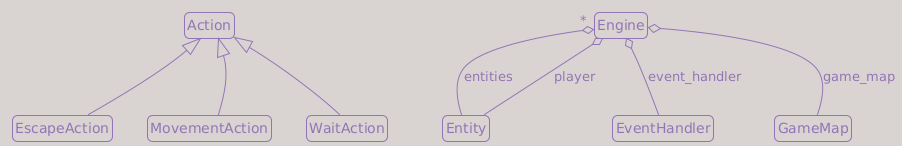
Earlier version of the PlantUML export content/tutorials/tcod/v3/images/part2_classes.png (Darky-Lucera/roguelike-tutorials-website).
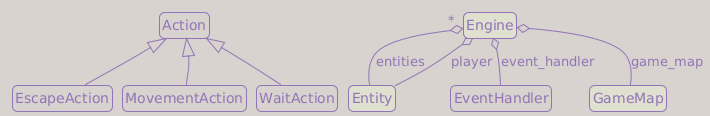
Later version of the same file.

What changed in the source:
```diff
@@ -14,16 +14,19 @@
 skinparam noteMargin 2
 skinparam notePadding 2
 
+skinparam nodesep 10
+skinparam ranksep 30
+
 set namespaceSeparator none
 
 
 class "Action" as game.actions.Action {
 }
 
-class "Engine" as game.engine.Engine {
+class "Engine" as game.engine.Engine #e0e0d0 {
 }
 
-class "Entity" as game.entity.Entity {
+class "Entity" as game.entity.Entity #e0e0d0 {
 }
 
 class "EscapeAction" as game.actions.EscapeAction {
@@ -32,7 +35,7 @@
 class "EventHandler" as game.input_handlers.EventHandler {
 }
 
-class "GameMap" as game.game_map.GameMap {
+class "GameMap" as game.game_map.GameMap #e0e0d0 {
 }
 
 class "MovementAction" as game.actions.MovementAction {
```
